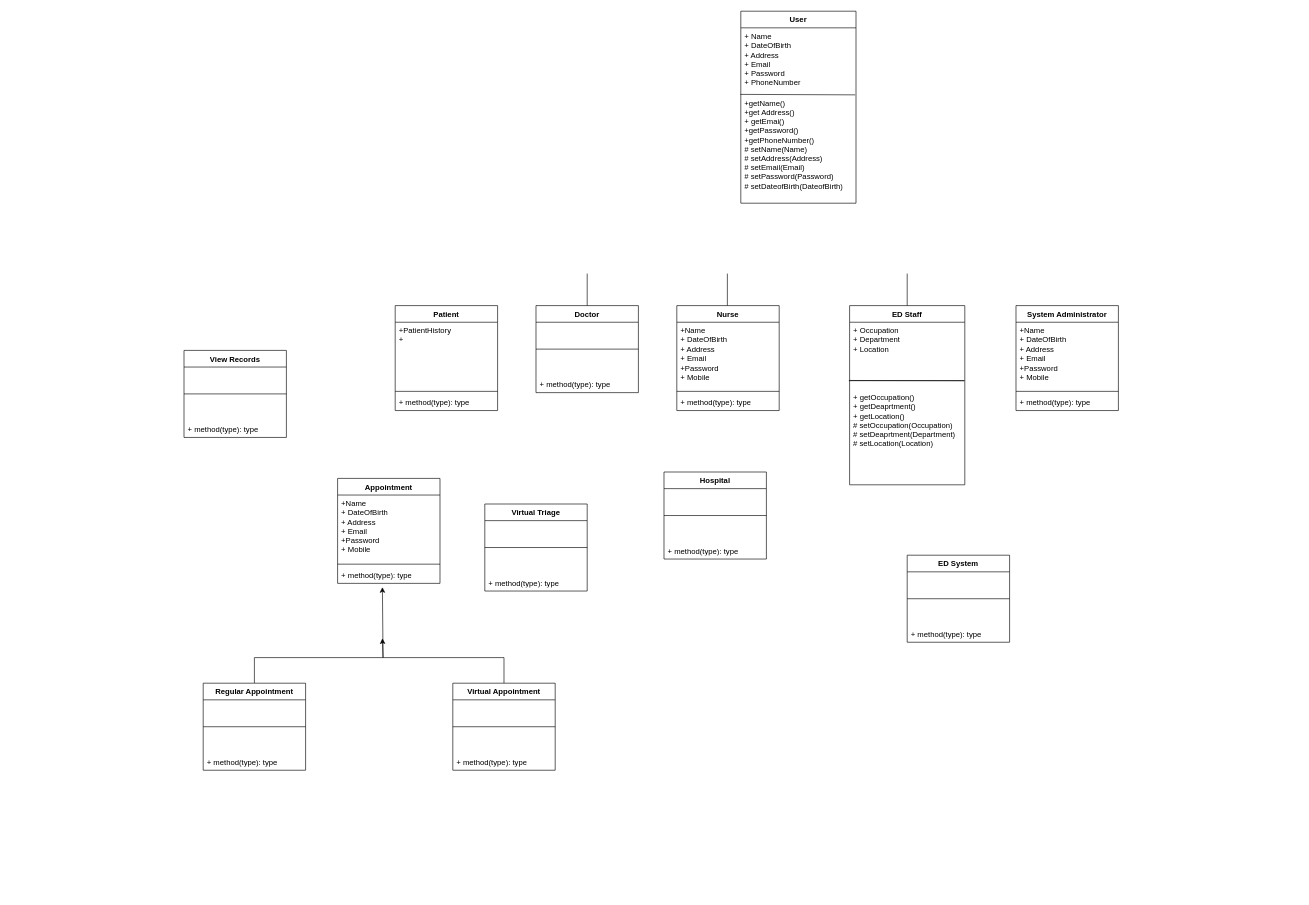
SENG-350-2024-fall/Team-6 keeps this draw.io diagram as ClassDiagram_M2.drawio. Above is the earlier version. Source tidied: cells renumbered, new cells numbered last; positions are measured from the earlier drawing's top-left corner, leaving out a move shared by most shapes. Both pictures are drawn from the tidied source at 64%, with x=0, y=0 at pixel (184, 11).
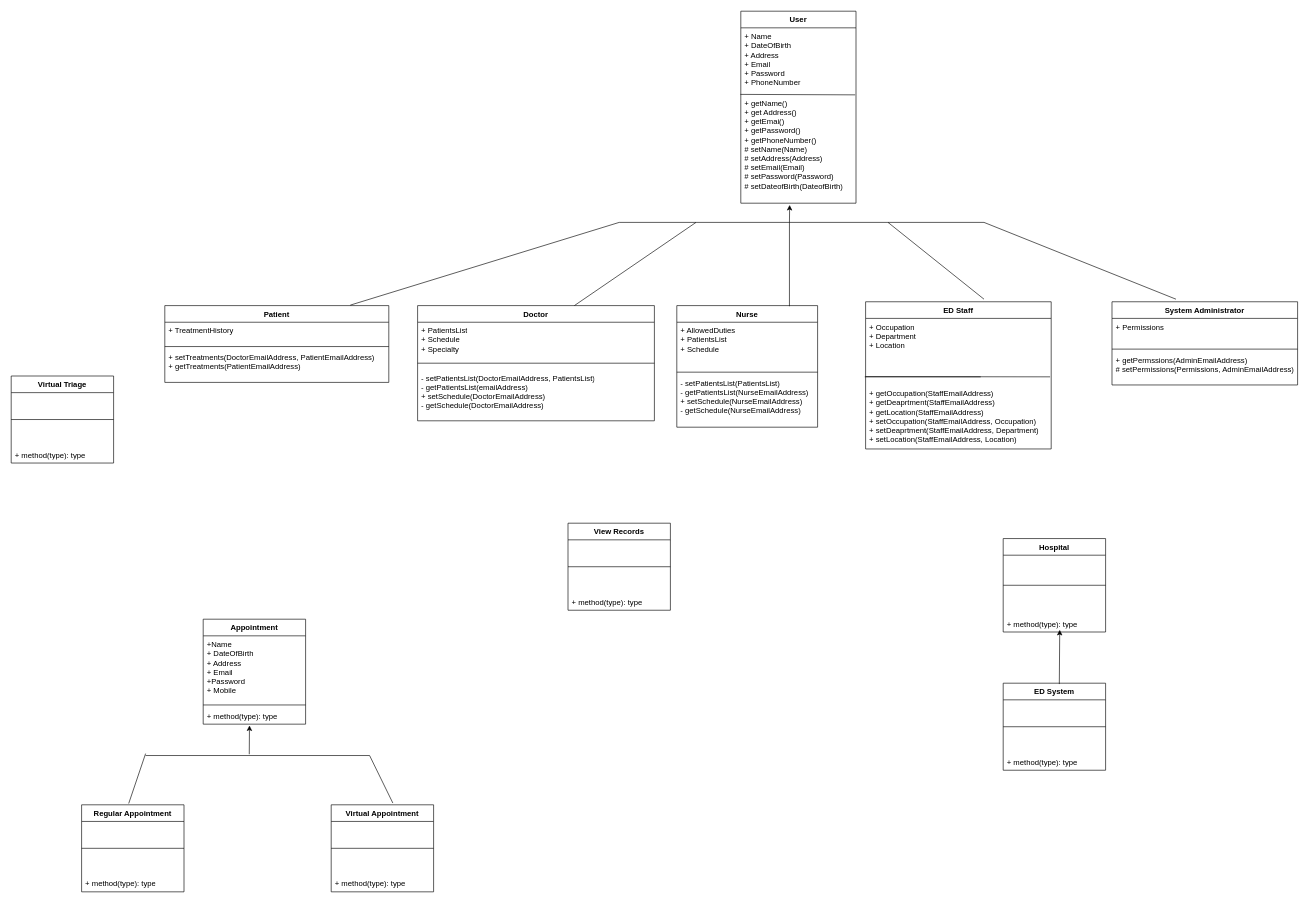
Above is the later version.

Unchanged cells that the change refers to:
```xml
<mxCell id="22" value="User" style="swimlane;fontStyle=1;align=center;verticalAlign=top;horizontal=1;startSize=26;whiteSpace=wrap;html=1;" parent="1" vertex="1">
  <mxGeometry x="870" width="180" height="300" as="geometry" />
</mxCell>
<mxCell id="32" value="+ method(type): type" style="text;strokeColor=none;fillColor=none;align=left;verticalAlign=top;spacingLeft=4;spacingRight=4;overflow=hidden;points=[[0,0.5],[1,0.5]];portConstraint=eastwest;whiteSpace=wrap;html=1;" parent="29" vertex="1">
  <mxGeometry y="138" width="160" height="26" as="geometry" />
</mxCell>
```

Change to the diagram source:
```diff
@@
     <mxCell id="2" value="Nurse" style="swimlane;fontStyle=1;align=center;verticalAlign=top;horizontal=1;startSize=26;whiteSpace=wrap;html=1;" parent="1" vertex="1">
-      <mxGeometry x="770" y="460" width="160" height="164" as="geometry" />
+      <mxGeometry x="770" y="460" width="220" height="190" as="geometry" />
     </mxCell>
-    <mxCell id="3" value="&lt;div&gt;+Name&lt;/div&gt;&lt;div&gt;+ DateOfBirth&lt;/div&gt;&lt;div&gt;+ Address&lt;/div&gt;&lt;div&gt;+ Email&lt;/div&gt;&lt;div&gt;+Password&lt;/div&gt;&lt;div&gt;+ Mobile&lt;br&gt;&lt;/div&gt;" style="text;strokeColor=none;fillColor=none;align=left;verticalAlign=top;spacingLeft=4;spacingRight=4;overflow=hidden;whiteSpace=wrap;html=1;" parent="2" vertex="1">
-      <mxGeometry y="26" width="160" height="104" as="geometry" />
+    <mxCell id="3" value="&lt;div&gt;+ AllowedDuties&lt;/div&gt;&lt;div&gt;+ PatientsList&lt;br&gt;+ Schedule&lt;/div&gt;" style="text;strokeColor=none;fillColor=none;align=left;verticalAlign=top;spacingLeft=4;spacingRight=4;overflow=hidden;whiteSpace=wrap;html=1;" parent="2" vertex="1">
+      <mxGeometry y="26" width="220" height="74" as="geometry" />
     </mxCell>
     <mxCell id="4" style="line;strokeWidth=1;fillColor=none;align=left;verticalAlign=middle;spacingTop=-1;spacingLeft=3;spacingRight=3;labelPosition=right;strokeColor=inherit;" parent="2" vertex="1">
-      <mxGeometry y="130" width="160" height="8" as="geometry" />
+      <mxGeometry y="100" width="220" height="8" as="geometry" />
     </mxCell>
-    <mxCell id="5" value="+ method(type): type" style="text;strokeColor=none;fillColor=none;align=left;verticalAlign=top;spacingLeft=4;spacingRight=4;overflow=hidden;whiteSpace=wrap;html=1;" parent="2" vertex="1">
-      <mxGeometry y="138" width="160" height="26" as="geometry" />
+    <mxCell id="5" value="- setPatientsList(PatientsList)&lt;div&gt;- getPatientsList(NurseEmailAddress)&lt;/div&gt;&lt;div&gt;&lt;span style=&quot;background-color: initial;&quot;&gt;+ setSchedule(&lt;/span&gt;NurseEmailAddress&lt;span style=&quot;background-color: initial;&quot;&gt;)&lt;/span&gt;&lt;br&gt;&lt;/div&gt;&lt;div&gt;- getSchedule(NurseEmailAddress)&lt;/div&gt;&lt;div&gt;&lt;br&gt;&lt;/div&gt;" style="text;strokeColor=none;fillColor=none;align=left;verticalAlign=top;spacingLeft=4;spacingRight=4;overflow=hidden;whiteSpace=wrap;html=1;" parent="2" vertex="1">
+      <mxGeometry y="108" width="220" height="82" as="geometry" />
     </mxCell>
     <mxCell id="6" value="Patient" style="swimlane;fontStyle=1;align=center;verticalAlign=top;horizontal=1;startSize=26;whiteSpace=wrap;html=1;" parent="1" vertex="1">
-      <mxGeometry x="330" y="460" width="160" height="164" as="geometry" />
+      <mxGeometry x="-30" y="460" width="350" height="120" as="geometry" />
     </mxCell>
-    <mxCell id="7" value="&lt;div&gt;+PatientHistory&lt;br&gt;+&lt;br&gt;&lt;/div&gt;" style="text;strokeColor=none;fillColor=none;align=left;verticalAlign=top;spacingLeft=4;spacingRight=4;overflow=hidden;whiteSpace=wrap;html=1;" parent="6" vertex="1">
-      <mxGeometry y="26" width="160" height="104" as="geometry" />
+    <mxCell id="7" value="&lt;div&gt;+ TreatmentHistory&lt;br&gt;&lt;/div&gt;" style="text;strokeColor=none;fillColor=none;align=left;verticalAlign=top;spacingLeft=4;spacingRight=4;overflow=hidden;whiteSpace=wrap;html=1;" parent="6" vertex="1">
+      <mxGeometry y="26" width="350" height="34" as="geometry" />
     </mxCell>
     <mxCell id="8" style="line;strokeWidth=1;fillColor=none;align=left;verticalAlign=middle;spacingTop=-1;spacingLeft=3;spacingRight=3;labelPosition=right;strokeColor=inherit;" parent="6" vertex="1">
-      <mxGeometry y="130" width="160" height="8" as="geometry" />
+      <mxGeometry y="60" width="350" height="8" as="geometry" />
     </mxCell>
-    <mxCell id="9" value="+ method(type): type" style="text;strokeColor=none;fillColor=none;align=left;verticalAlign=top;spacingLeft=4;spacingRight=4;overflow=hidden;whiteSpace=wrap;html=1;" parent="6" vertex="1">
-      <mxGeometry y="138" width="160" height="26" as="geometry" />
+    <mxCell id="9" value="&lt;div&gt;+ setTreatments(DoctorEmailAddress, Patient&lt;span style=&quot;background-color: initial;&quot;&gt;EmailAddress&lt;/span&gt;&lt;span style=&quot;background-color: initial;&quot;&gt;)&lt;/span&gt;&lt;/div&gt;&lt;div&gt;&lt;span style=&quot;background-color: initial;&quot;&gt;+&amp;nbsp;&lt;/span&gt;&lt;span style=&quot;background-color: initial;&quot;&gt;getTreatments(Patient&lt;/span&gt;&lt;span style=&quot;background-color: initial;&quot;&gt;EmailAddress&lt;/span&gt;&lt;span style=&quot;background-color: initial;&quot;&gt;)&lt;/span&gt;&lt;/div&gt;&lt;div&gt;&lt;br&gt;&lt;/div&gt;&lt;div&gt;&lt;span style=&quot;background-color: initial;&quot;&gt;&lt;br&gt;&lt;/span&gt;&lt;/div&gt;" style="text;strokeColor=none;fillColor=none;align=left;verticalAlign=top;spacingLeft=4;spacingRight=4;overflow=hidden;whiteSpace=wrap;html=1;" parent="6" vertex="1">
+      <mxGeometry y="68" width="350" height="52" as="geometry" />
     </mxCell>
     <mxCell id="10" value="ED Staff" style="swimlane;fontStyle=1;align=center;verticalAlign=top;horizontal=1;startSize=26;whiteSpace=wrap;html=1;" parent="1" vertex="1">
-      <mxGeometry x="1040" y="460" width="180" height="280" as="geometry" />
+      <mxGeometry x="1065" y="454" width="290" height="230" as="geometry" />
     </mxCell>
     <mxCell id="11" value="&lt;div&gt;+ Occupation&lt;/div&gt;&lt;div&gt;+ Department&lt;/div&gt;&lt;div&gt;&lt;span style=&quot;background-color: initial;&quot;&gt;+ Location&lt;/span&gt;&lt;br&gt;&lt;/div&gt;" style="text;strokeColor=none;fillColor=none;align=left;verticalAlign=top;spacingLeft=4;spacingRight=4;overflow=hidden;points=[[0,0.5],[1,0.5]];portConstraint=eastwest;whiteSpace=wrap;html=1;" parent="10" vertex="1">
-      <mxGeometry y="26" width="180" height="104" as="geometry" />
+      <mxGeometry y="26" width="290" height="104" as="geometry" />
     </mxCell>
-    <mxCell id="12" value="+ getOccupation()&lt;div&gt;+ getDeaprtment()&lt;/div&gt;&lt;div&gt;+ getLocation()&lt;/div&gt;&lt;div&gt;# setOccupation(Occupation)&lt;div&gt;# setDeaprtment(Department)&lt;/div&gt;&lt;div&gt;&lt;span style=&quot;background-color: initial;&quot;&gt;# setLocation(Location)&lt;/span&gt;&lt;br&gt;&lt;/div&gt;&lt;/div&gt;" style="text;strokeColor=none;fillColor=none;align=left;verticalAlign=top;spacingLeft=4;spacingRight=4;overflow=hidden;whiteSpace=wrap;html=1;" parent="10" vertex="1">
-      <mxGeometry y="130" width="180" height="150" as="geometry" />
+    <mxCell id="12" value="+ getOccupation(StaffEmailAddress)&lt;div&gt;+ getDeaprtment(&lt;span style=&quot;background-color: initial;&quot;&gt;StaffEmailAddress&lt;/span&gt;&lt;span style=&quot;background-color: initial;&quot;&gt;)&lt;/span&gt;&lt;/div&gt;&lt;div&gt;+ getLocation(&lt;span style=&quot;background-color: initial;&quot;&gt;StaffEmailAddress&lt;/span&gt;&lt;span style=&quot;background-color: initial;&quot;&gt;)&lt;/span&gt;&lt;/div&gt;&lt;div&gt;+ setOccupation(&lt;span style=&quot;background-color: initial;&quot;&gt;StaffEmailAddress&lt;/span&gt;&lt;span style=&quot;background-color: initial;&quot;&gt;, Occupation)&lt;/span&gt;&lt;/div&gt;&lt;div&gt;&lt;div&gt;+ setDeaprtment(&lt;span style=&quot;background-color: initial;&quot;&gt;StaffEmailAddress,&amp;nbsp;&lt;/span&gt;&lt;span style=&quot;background-color: initial;&quot;&gt;Department)&lt;/span&gt;&lt;/div&gt;&lt;div&gt;&lt;span style=&quot;background-color: initial;&quot;&gt;+ setLocation(&lt;/span&gt;&lt;span style=&quot;background-color: initial;&quot;&gt;StaffEmailAddress,&amp;nbsp;&lt;/span&gt;&lt;span style=&quot;background-color: initial;&quot;&gt;Location)&lt;/span&gt;&lt;/div&gt;&lt;/div&gt;" style="text;strokeColor=none;fillColor=none;align=left;verticalAlign=top;spacingLeft=4;spacingRight=4;overflow=hidden;whiteSpace=wrap;html=1;" parent="10" vertex="1">
+      <mxGeometry y="130" width="290" height="100" as="geometry" />
     </mxCell>
@@
     <mxCell id="15" value="System Administrator" style="swimlane;fontStyle=1;align=center;verticalAlign=top;horizontal=1;startSize=26;whiteSpace=wrap;html=1;" parent="1" vertex="1">
-      <mxGeometry x="1300" y="460" width="160" height="164" as="geometry" />
+      <mxGeometry x="1450" y="454" width="290" height="130" as="geometry" />
     </mxCell>
-    <mxCell id="16" value="&lt;div&gt;+Name&lt;/div&gt;&lt;div&gt;+ DateOfBirth&lt;/div&gt;&lt;div&gt;+ Address&lt;/div&gt;&lt;div&gt;+ Email&lt;/div&gt;&lt;div&gt;+Password&lt;/div&gt;&lt;div&gt;+ Mobile&lt;br&gt;&lt;/div&gt;" style="text;strokeColor=none;fillColor=none;align=left;verticalAlign=top;spacingLeft=4;spacingRight=4;overflow=hidden;whiteSpace=wrap;html=1;" parent="15" vertex="1">
-      <mxGeometry y="26" width="160" height="104" as="geometry" />
+    <mxCell id="16" value="&lt;div&gt;+ Permissions&lt;/div&gt;" style="text;strokeColor=none;fillColor=none;align=left;verticalAlign=top;spacingLeft=4;spacingRight=4;overflow=hidden;whiteSpace=wrap;html=1;" parent="15" vertex="1">
+      <mxGeometry y="26" width="290" height="44" as="geometry" />
     </mxCell>
     <mxCell id="17" style="line;strokeWidth=1;fillColor=none;align=left;verticalAlign=middle;spacingTop=-1;spacingLeft=3;spacingRight=3;labelPosition=right;strokeColor=inherit;" parent="15" vertex="1">
-      <mxGeometry y="130" width="160" height="8" as="geometry" />
+      <mxGeometry y="70" width="290" height="8" as="geometry" />
     </mxCell>
-    <mxCell id="18" value="+ method(type): type" style="text;strokeColor=none;fillColor=none;align=left;verticalAlign=top;spacingLeft=4;spacingRight=4;overflow=hidden;whiteSpace=wrap;html=1;" parent="15" vertex="1">
-      <mxGeometry y="138" width="160" height="26" as="geometry" />
+    <mxCell id="18" value="+ getPermssions(AdminEmailAddress)&lt;br&gt;# setPermissions(Permissions, AdminEmailAddress)" style="text;strokeColor=none;fillColor=none;align=left;verticalAlign=top;spacingLeft=4;spacingRight=4;overflow=hidden;whiteSpace=wrap;html=1;" parent="15" vertex="1">
+      <mxGeometry y="78" width="290" height="52" as="geometry" />
     </mxCell>
     <mxCell id="19" value="Doctor" style="swimlane;fontStyle=1;align=center;verticalAlign=top;horizontal=1;startSize=26;whiteSpace=wrap;html=1;" parent="1" vertex="1">
-      <mxGeometry x="550" y="460" width="160" height="136" as="geometry" />
+      <mxGeometry x="365" y="460" width="370" height="180" as="geometry" />
     </mxCell>
+    <mxCell id="53" value="&lt;div&gt;&lt;span style=&quot;background-color: initial;&quot;&gt;+ PatientsList&lt;/span&gt;&lt;br&gt;&lt;/div&gt;&lt;div&gt;+ Schedule&lt;br&gt;&lt;/div&gt;&lt;div&gt;+ Specialty&lt;/div&gt;" style="text;strokeColor=none;fillColor=none;align=left;verticalAlign=top;spacingLeft=4;spacingRight=4;overflow=hidden;whiteSpace=wrap;html=1;" parent="19" vertex="1">
+      <mxGeometry y="26" width="370" height="54" as="geometry" />
+    </mxCell>
     <mxCell id="20" style="line;strokeWidth=1;fillColor=none;align=left;verticalAlign=middle;spacingTop=-1;spacingLeft=3;spacingRight=3;labelPosition=right;strokeColor=inherit;" parent="19" vertex="1">
-      <mxGeometry y="26" width="160" height="84" as="geometry" />
+      <mxGeometry y="80" width="370" height="20" as="geometry" />
     </mxCell>
-    <mxCell id="21" value="+ method(type): type" style="text;strokeColor=none;fillColor=none;align=left;verticalAlign=top;spacingLeft=4;spacingRight=4;overflow=hidden;whiteSpace=wrap;html=1;" parent="19" vertex="1">
-      <mxGeometry y="110" width="160" height="26" as="geometry" />
-    </mxCell>
+    <mxCell id="54" value="- setPatientsList(DoctorEmailAddress, PatientsList)&lt;div&gt;- getPatientsList(emailAddress)&lt;/div&gt;&lt;div&gt;&lt;span style=&quot;background-color: initial;&quot;&gt;+ setSchedule(DoctorEmailAddress)&lt;/span&gt;&lt;br&gt;&lt;/div&gt;&lt;div&gt;- getSchedule(Doctor&lt;span style=&quot;background-color: initial;&quot;&gt;EmailAddress&lt;/span&gt;)&lt;/div&gt;&lt;div&gt;&lt;br&gt;&lt;/div&gt;" style="text;strokeColor=none;fillColor=none;align=left;verticalAlign=top;spacingLeft=4;spacingRight=4;overflow=hidden;whiteSpace=wrap;html=1;" parent="19" vertex="1">
+      <mxGeometry y="100" width="370" height="80" as="geometry" />
+    </mxCell>
@@
-    <mxCell id="24" value="+getName()&lt;br&gt;+get Address()&lt;div&gt;&lt;span style=&quot;background-color: initial;&quot;&gt;+ getEmai()&lt;/span&gt;&lt;div&gt;+getPassword()&lt;/div&gt;&lt;div&gt;+getPhoneNumber()&lt;br&gt;&lt;span style=&quot;background-color: initial;&quot;&gt;# setName(Name)&lt;/span&gt;&lt;br&gt;&lt;/div&gt;&lt;div&gt;# setAddress(Address)&lt;/div&gt;&lt;div&gt;# setEmail(Email)&lt;br&gt;# setPassword(Password)&lt;/div&gt;&lt;div&gt;# setDateofBirth(DateofBirth)&lt;/div&gt;&lt;div&gt;&lt;br&gt;&lt;/div&gt;&lt;/div&gt;" style="text;strokeColor=none;fillColor=none;align=left;verticalAlign=top;spacingLeft=4;spacingRight=4;overflow=hidden;points=[[0,0.5],[1,0.5]];portConstraint=eastwest;whiteSpace=wrap;html=1;" parent="22" vertex="1">
+    <mxCell id="24" value="+ getName()&lt;br&gt;+ get Address()&lt;div&gt;&lt;span style=&quot;background-color: initial;&quot;&gt;+ getEmai()&lt;/span&gt;&lt;div&gt;+ getPassword()&lt;/div&gt;&lt;div&gt;+ getPhoneNumber()&lt;br&gt;&lt;span style=&quot;background-color: initial;&quot;&gt;# setName(Name)&lt;/span&gt;&lt;br&gt;&lt;/div&gt;&lt;div&gt;# setAddress(Address)&lt;/div&gt;&lt;div&gt;# setEmail(Email)&lt;br&gt;# setPassword(Password)&lt;/div&gt;&lt;div&gt;# setDateofBirth(DateofBirth)&lt;/div&gt;&lt;div&gt;&lt;br&gt;&lt;/div&gt;&lt;/div&gt;" style="text;strokeColor=none;fillColor=none;align=left;verticalAlign=top;spacingLeft=4;spacingRight=4;overflow=hidden;points=[[0,0.5],[1,0.5]];portConstraint=eastwest;whiteSpace=wrap;html=1;" parent="22" vertex="1">
       <mxGeometry y="130" width="180" height="170" as="geometry" />
     </mxCell>
@@
-    <mxCell id="26" style="endArrow=none;html=1;rounded=0;" parent="1" edge="1">
-      <mxGeometry relative="1" as="geometry">
-        <mxPoint x="630" y="460" as="sourcePoint" />
-        <mxPoint x="630" y="410" as="targetPoint" />
-      </mxGeometry>
-    </mxCell>
-    <mxCell id="27" style="endArrow=none;html=1;rounded=0;" parent="1" edge="1">
-      <mxGeometry relative="1" as="geometry">
-        <mxPoint x="849" y="460" as="sourcePoint" />
-        <mxPoint x="849" y="410" as="targetPoint" />
-      </mxGeometry>
-    </mxCell>
-    <mxCell id="28" style="endArrow=none;html=1;rounded=0;" parent="1" edge="1">
-      <mxGeometry relative="1" as="geometry">
-        <mxPoint x="1130" y="460" as="sourcePoint" />
-        <mxPoint x="1130" y="410" as="targetPoint" />
-      </mxGeometry>
-    </mxCell>
     <mxCell id="29" value="Appointment" style="swimlane;fontStyle=1;align=center;verticalAlign=top;horizontal=1;startSize=26;whiteSpace=wrap;html=1;" parent="1" vertex="1">
-      <mxGeometry x="240" y="730" width="160" height="164" as="geometry" />
+      <mxGeometry x="30" y="950" width="160" height="164" as="geometry" />
     </mxCell>
@@
-    <mxCell id="33" style="edgeStyle=orthogonalEdgeStyle;rounded=0;jettySize=auto;html=1;" parent="1" edge="1" source="34">
-      <mxGeometry relative="1" as="geometry">
-        <mxPoint x="310" y="980" as="targetPoint" />
-        <Array as="points">
-          <mxPoint x="110" y="1010" />
-          <mxPoint x="311" y="1010" />
-        </Array>
-      </mxGeometry>
-    </mxCell>
     <mxCell id="34" value="Regular Appointment" style="swimlane;fontStyle=1;align=center;verticalAlign=top;horizontal=1;startSize=26;whiteSpace=wrap;html=1;" parent="1" vertex="1">
-      <mxGeometry x="30" y="1050" width="160" height="136" as="geometry" />
+      <mxGeometry x="-160" y="1240" width="160" height="136" as="geometry" />
     </mxCell>
@@
-    <mxCell id="37" style="edgeStyle=orthogonalEdgeStyle;rounded=0;jettySize=auto;html=1;" parent="1" edge="1" source="38">
-      <mxGeometry relative="1" as="geometry">
-        <mxPoint x="310" y="900" as="targetPoint" />
-        <Array as="points">
-          <mxPoint x="500" y="1010" />
-          <mxPoint x="311" y="1010" />
-        </Array>
-      </mxGeometry>
-    </mxCell>
     <mxCell id="38" value="Virtual Appointment" style="swimlane;fontStyle=1;align=center;verticalAlign=top;horizontal=1;startSize=26;whiteSpace=wrap;html=1;" parent="1" vertex="1">
-      <mxGeometry x="420" y="1050" width="160" height="136" as="geometry" />
+      <mxGeometry x="230" y="1240" width="160" height="136" as="geometry" />
     </mxCell>
@@
     <mxCell id="41" value="Hospital" style="swimlane;fontStyle=1;align=center;verticalAlign=top;horizontal=1;startSize=26;whiteSpace=wrap;html=1;" parent="1" vertex="1">
-      <mxGeometry x="750" y="720" width="160" height="136" as="geometry" />
+      <mxGeometry x="1280" y="824" width="160" height="146" as="geometry" />
     </mxCell>
     <mxCell id="42" style="line;strokeWidth=1;fillColor=none;align=left;verticalAlign=middle;spacingTop=-1;spacingLeft=3;spacingRight=3;labelPosition=right;strokeColor=inherit;" parent="41" vertex="1">
-      <mxGeometry y="26" width="160" height="84" as="geometry" />
+      <mxGeometry y="26" width="160" height="94" as="geometry" />
     </mxCell>
     <mxCell id="43" value="+ method(type): type" style="text;strokeColor=none;fillColor=none;align=left;verticalAlign=top;spacingLeft=4;spacingRight=4;overflow=hidden;points=[[0,0.5],[1,0.5]];portConstraint=eastwest;whiteSpace=wrap;html=1;" parent="41" vertex="1">
-      <mxGeometry y="110" width="160" height="26" as="geometry" />
+      <mxGeometry y="120" width="160" height="26" as="geometry" />
     </mxCell>
     <mxCell id="44" value="ED System" style="swimlane;fontStyle=1;align=center;verticalAlign=top;horizontal=1;startSize=26;whiteSpace=wrap;html=1;" parent="1" vertex="1">
-      <mxGeometry x="1130" y="850" width="160" height="136" as="geometry" />
+      <mxGeometry x="1280" y="1050" width="160" height="136" as="geometry" />
     </mxCell>
@@
     <mxCell id="47" value="Virtual Triage" style="swimlane;fontStyle=1;align=center;verticalAlign=top;horizontal=1;startSize=26;whiteSpace=wrap;html=1;" parent="1" vertex="1">
-      <mxGeometry x="470" y="770" width="160" height="136" as="geometry" />
+      <mxGeometry x="-270" y="570" width="160" height="136" as="geometry" />
     </mxCell>
@@
     <mxCell id="50" value="View Records" style="swimlane;fontStyle=1;align=center;verticalAlign=top;horizontal=1;startSize=26;whiteSpace=wrap;html=1;" parent="1" vertex="1">
-      <mxGeometry y="530" width="160" height="136" as="geometry" />
+      <mxGeometry x="600" y="800" width="160" height="136" as="geometry" />
     </mxCell>
@@
+    <mxCell id="55" style="endArrow=none;html=1;rounded=0;" parent="1" edge="1">
+      <mxGeometry relative="1" as="geometry">
+        <mxPoint x="680" y="330" as="sourcePoint" />
+        <mxPoint x="1250" y="330" as="targetPoint" />
+      </mxGeometry>
+    </mxCell>
+    <mxCell id="56" style="endArrow=classic;html=1;rounded=0;entryX=0.424;entryY=1.016;entryDx=0;entryDy=0;entryPerimeter=0;" parent="1" edge="1" target="24">
+      <mxGeometry relative="1" as="geometry">
+        <mxPoint x="946" y="330" as="sourcePoint" />
+      </mxGeometry>
+    </mxCell>
+    <mxCell id="57" style="endArrow=none;html=1;rounded=0;exitX=0.662;exitY=0;exitDx=0;exitDy=0;exitPerimeter=0;" parent="1" edge="1" source="19">
+      <mxGeometry relative="1" as="geometry">
+        <mxPoint x="800" y="330" as="targetPoint" />
+      </mxGeometry>
+    </mxCell>
+    <mxCell id="58" style="endArrow=none;html=1;rounded=0;" parent="1" edge="1">
+      <mxGeometry relative="1" as="geometry">
+        <mxPoint x="1250" y="450" as="sourcePoint" />
+        <mxPoint x="1100" y="330" as="targetPoint" />
+      </mxGeometry>
+    </mxCell>
+    <mxCell id="59" style="endArrow=none;html=1;rounded=0;" parent="1" edge="1">
+      <mxGeometry relative="1" as="geometry">
+        <mxPoint x="946" y="461" as="sourcePoint" />
+        <mxPoint x="946" y="330" as="targetPoint" />
+      </mxGeometry>
+    </mxCell>
+    <mxCell id="60" style="endArrow=none;html=1;rounded=0;exitX=0.828;exitY=-0.006;exitDx=0;exitDy=0;exitPerimeter=0;" parent="1" edge="1" source="6">
+      <mxGeometry relative="1" as="geometry">
+        <mxPoint x="680" y="330" as="targetPoint" />
+      </mxGeometry>
+    </mxCell>
+    <mxCell id="61" style="endArrow=none;html=1;rounded=0;" parent="1" edge="1">
+      <mxGeometry relative="1" as="geometry">
+        <mxPoint x="1550" y="450" as="sourcePoint" />
+        <mxPoint x="1250" y="330" as="targetPoint" />
+      </mxGeometry>
+    </mxCell>
+    <mxCell id="62" style="endArrow=classic;html=1;rounded=0;entryX=0.552;entryY=0.872;entryDx=0;entryDy=0;entryPerimeter=0;exitX=0.548;exitY=0.01;exitDx=0;exitDy=0;exitPerimeter=0;" parent="1" edge="1" source="44" target="43">
+      <mxGeometry relative="1" as="geometry" />
+    </mxCell>
+    <mxCell id="63" style="endArrow=none;html=1;rounded=0;" parent="1" edge="1">
+      <mxGeometry relative="1" as="geometry">
+        <mxPoint x="-60" y="1163" as="sourcePoint" />
+        <mxPoint x="290" y="1163" as="targetPoint" />
+      </mxGeometry>
+    </mxCell>
+    <mxCell id="64" style="endArrow=classic;html=1;rounded=0;entryX=0.452;entryY=1.077;entryDx=0;entryDy=0;entryPerimeter=0;" parent="1" edge="1" target="32">
+      <mxGeometry relative="1" as="geometry">
+        <mxPoint x="102" y="1161" as="sourcePoint" />
+      </mxGeometry>
+    </mxCell>
+    <mxCell id="65" style="endArrow=none;html=1;rounded=0;exitX=0.46;exitY=-0.015;exitDx=0;exitDy=0;exitPerimeter=0;" parent="1" edge="1" source="34">
+      <mxGeometry relative="1" as="geometry">
+        <mxPoint x="-60" y="1160" as="targetPoint" />
+      </mxGeometry>
+    </mxCell>
+    <mxCell id="66" style="endArrow=none;html=1;rounded=0;exitX=0.602;exitY=-0.02;exitDx=0;exitDy=0;exitPerimeter=0;" parent="1" edge="1" source="38">
+      <mxGeometry relative="1" as="geometry">
+        <mxPoint x="290" y="1163" as="targetPoint" />
+      </mxGeometry>
+    </mxCell>
```
